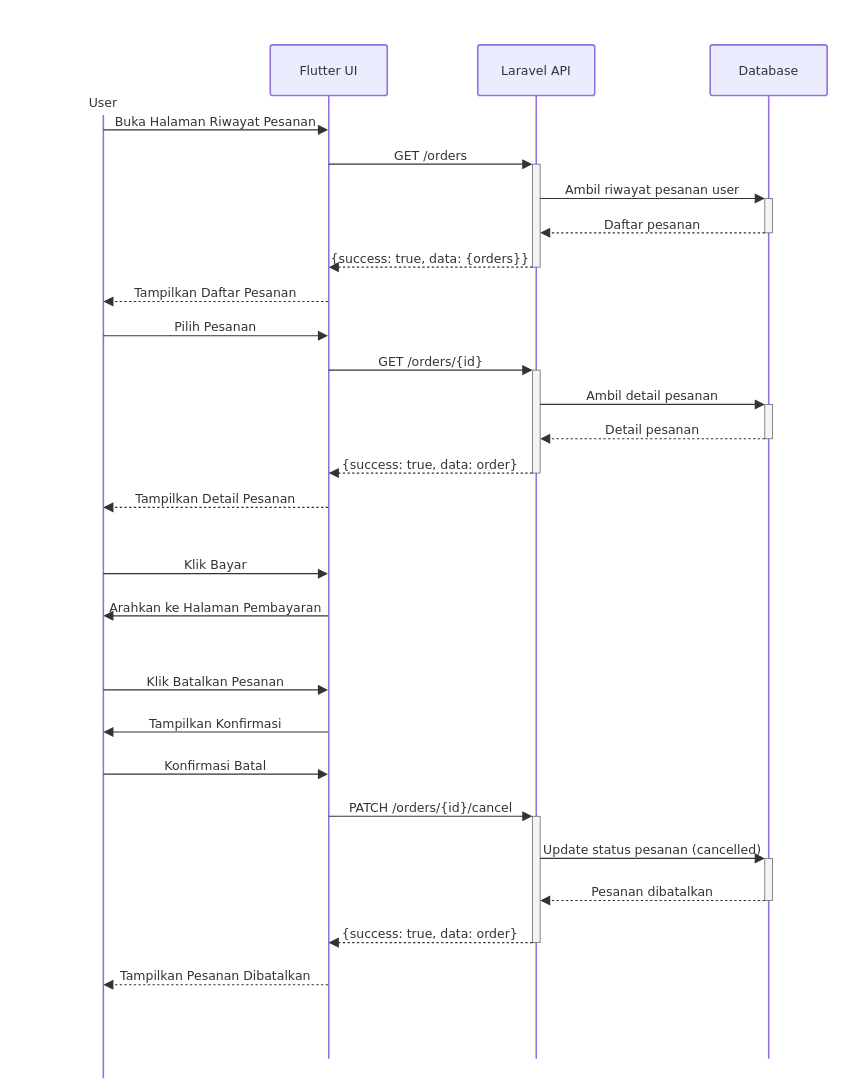
This is page "kelola pesanan" (3 of 18) of assets/uml/sequence warmindo.drawio from RIOKOWI/warmindo_purnama_flutter, a draw.io file, before an edit. Source tidied: cells renumbered, new cells numbered last; positions are measured from the earlier drawing's top-left corner, leaving out a move shared by most shapes. Both pictures are drawn from the tidied source at 78%, with x=0, y=0 at pixel (13, 13).
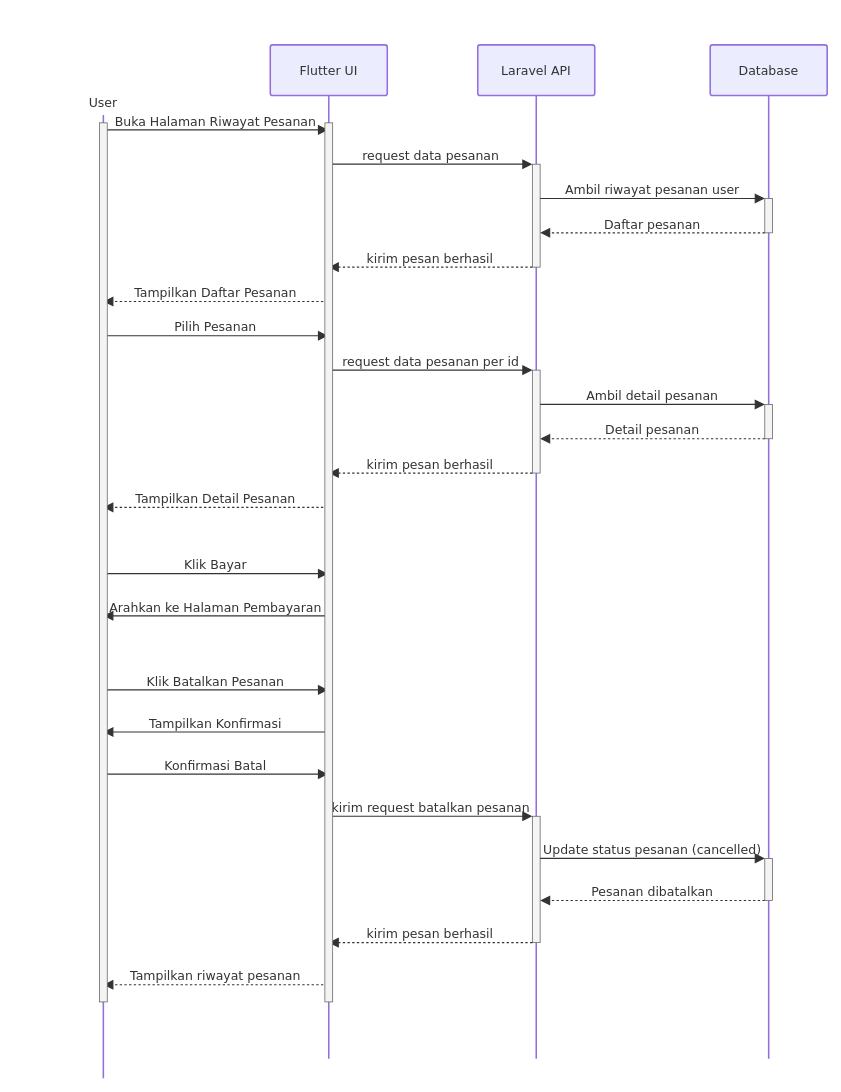
After the change.

Unchanged cells that the change refers to:
```xml
<mxCell id="3" value="User" style="html=1;shape=umlLifeline;perimeter=lifelinePerimeter;whiteSpace=wrap;outlineConnect=0;portConstraint=eastwest;newEdgeStyle={&quot;edgeStyle&quot;:&quot;elbowEdgeStyle&quot;,&quot;elbow&quot;:&quot;vertical&quot;,&quot;curved&quot;:0,&quot;rounded&quot;:0};lifelineDashed=0;strokeWidth=2;rounded=1;absoluteArcSize=1;arcSize=6;lifelineColor=light-dark(#9370DB,#cccccc);participant=seqActorStick;verticalAlign=bottom;align=center;spacingBottom=4;size=90;lifelineMirror=1;fillColor=light-dark(#ECECFF,#1f2020);strokeColor=light-dark(#9370DB,#cccccc);fontColor=light-dark(#333333,#cccccc);fontFamily=Trebuchet MS,Verdana,Arial,sans-serif;fontSize=16;" parent="2" vertex="1">
  <mxGeometry x="40" y="40" width="150" height="1325" as="geometry" />
</mxCell>
<mxCell id="4" value="Flutter UI" style="html=1;shape=umlLifeline;perimeter=lifelinePerimeter;whiteSpace=wrap;outlineConnect=0;portConstraint=eastwest;newEdgeStyle={&quot;edgeStyle&quot;:&quot;elbowEdgeStyle&quot;,&quot;elbow&quot;:&quot;vertical&quot;,&quot;curved&quot;:0,&quot;rounded&quot;:0};lifelineDashed=0;strokeWidth=2;rounded=1;absoluteArcSize=1;arcSize=6;lifelineColor=light-dark(#9370DB,#cccccc);size=65;lifelineMirror=1;fillColor=light-dark(#ECECFF,#1f2020);strokeColor=light-dark(#9370DB,#cccccc);fontColor=light-dark(#333333,#cccccc);fontFamily=Trebuchet MS,Verdana,Arial,sans-serif;fontSize=16;" parent="2" vertex="1">
  <mxGeometry x="329" y="40" width="150" height="1300" as="geometry" />
</mxCell>
<mxCell id="6" style="html=1;points=[];perimeter=orthogonalPerimeter;outlineConnect=0;targetShapes=umlLifeline;portConstraint=eastwest;newEdgeStyle={&quot;edgeStyle&quot;:&quot;elbowEdgeStyle&quot;,&quot;elbow&quot;:&quot;vertical&quot;,&quot;curved&quot;:0,&quot;rounded&quot;:0};fillColor=light-dark(#f4f4f4,#2a2a2a);strokeColor=light-dark(#666666,#cccccc);fontColor=light-dark(#333333,#cccccc);fontFamily=Trebuchet MS,Verdana,Arial,sans-serif;fontSize=16;" parent="5" vertex="1">
  <mxGeometry x="70" y="153" width="10" height="132" as="geometry" />
</mxCell>
<mxCell id="7" style="html=1;points=[];perimeter=orthogonalPerimeter;outlineConnect=0;targetShapes=umlLifeline;portConstraint=eastwest;newEdgeStyle={&quot;edgeStyle&quot;:&quot;elbowEdgeStyle&quot;,&quot;elbow&quot;:&quot;vertical&quot;,&quot;curved&quot;:0,&quot;rounded&quot;:0};fillColor=light-dark(#f4f4f4,#2a2a2a);strokeColor=light-dark(#666666,#cccccc);fontColor=light-dark(#333333,#cccccc);fontFamily=Trebuchet MS,Verdana,Arial,sans-serif;fontSize=16;" parent="5" vertex="1">
  <mxGeometry x="70" y="417" width="10" height="132" as="geometry" />
</mxCell>
<mxCell id="8" style="html=1;points=[];perimeter=orthogonalPerimeter;outlineConnect=0;targetShapes=umlLifeline;portConstraint=eastwest;newEdgeStyle={&quot;edgeStyle&quot;:&quot;elbowEdgeStyle&quot;,&quot;elbow&quot;:&quot;vertical&quot;,&quot;curved&quot;:0,&quot;rounded&quot;:0};fillColor=light-dark(#f4f4f4,#2a2a2a);strokeColor=light-dark(#666666,#cccccc);fontColor=light-dark(#333333,#cccccc);fontFamily=Trebuchet MS,Verdana,Arial,sans-serif;fontSize=16;" parent="5" vertex="1">
  <mxGeometry x="70" y="989" width="10" height="162" as="geometry" />
</mxCell>
```

The edit, as a diff of the source:
```diff
@@
     <mxCell id="2" style="group;transparentBounds=1;editIcon=1;lockedGroup=0;groupPadding=20;" parent="1" vertex="1">
-      <mxGeometry as="geometry" />
+      <mxGeometry width="429" height="1291" as="geometry" />
     </mxCell>
@@
-    <mxCell id="14" value="GET /orders" style="endArrow=block;endSize=9;verticalAlign=bottom;edgeStyle=elbowEdgeStyle;elbow=vertical;curved=0;rounded=0;fontSize=16;labelBackgroundColor=none;strokeWidth=1.5;strokeColor=light-dark(#333333,#cccccc);fontColor=light-dark(#333333,#cccccc);fontFamily=Trebuchet MS,Verdana,Arial,sans-serif;" parent="2" edge="1" source="4" target="6">
+    <mxCell id="14" value="request data pesanan" style="endArrow=block;endSize=9;verticalAlign=bottom;edgeStyle=elbowEdgeStyle;elbow=vertical;curved=0;rounded=0;fontSize=16;labelBackgroundColor=none;strokeWidth=1.5;strokeColor=light-dark(#333333,#cccccc);fontColor=light-dark(#333333,#cccccc);fontFamily=Trebuchet MS,Verdana,Arial,sans-serif;" parent="2" edge="1" source="4" target="6">
       <mxGeometry relative="1" as="geometry">
         <Array as="points">
           <mxPoint x="535" y="193" />
         </Array>
       </mxGeometry>
     </mxCell>
@@
-    <mxCell id="17" value="{success: true, data: {orders}}" style="dashed=1;fixDash=1;dashPattern=3 3;endArrow=block;endSize=9;verticalAlign=bottom;edgeStyle=elbowEdgeStyle;elbow=vertical;curved=0;rounded=0;fontSize=16;labelBackgroundColor=none;strokeWidth=1.5;strokeColor=light-dark(#333333,#cccccc);fontColor=light-dark(#333333,#cccccc);fontFamily=Trebuchet MS,Verdana,Arial,sans-serif;" parent="2" edge="1" source="6" target="4">
+    <mxCell id="17" value="kirim pesan berhasil" style="dashed=1;fixDash=1;dashPattern=3 3;endArrow=block;endSize=9;verticalAlign=bottom;edgeStyle=elbowEdgeStyle;elbow=vertical;curved=0;rounded=0;fontSize=16;labelBackgroundColor=none;strokeWidth=1.5;strokeColor=light-dark(#333333,#cccccc);fontColor=light-dark(#333333,#cccccc);fontFamily=Trebuchet MS,Verdana,Arial,sans-serif;" parent="2" edge="1" source="6" target="4">
       <mxGeometry relative="1" as="geometry">
         <Array as="points">
           <mxPoint x="535" y="325" />
         </Array>
       </mxGeometry>
     </mxCell>
@@
-    <mxCell id="20" value="GET /orders/{id}" style="endArrow=block;endSize=9;verticalAlign=bottom;edgeStyle=elbowEdgeStyle;elbow=vertical;curved=0;rounded=0;fontSize=16;labelBackgroundColor=none;strokeWidth=1.5;strokeColor=light-dark(#333333,#cccccc);fontColor=light-dark(#333333,#cccccc);fontFamily=Trebuchet MS,Verdana,Arial,sans-serif;" parent="2" edge="1" source="4" target="7">
+    <mxCell id="20" value="request data pesanan per id" style="endArrow=block;endSize=9;verticalAlign=bottom;edgeStyle=elbowEdgeStyle;elbow=vertical;curved=0;rounded=0;fontSize=16;labelBackgroundColor=none;strokeWidth=1.5;strokeColor=light-dark(#333333,#cccccc);fontColor=light-dark(#333333,#cccccc);fontFamily=Trebuchet MS,Verdana,Arial,sans-serif;" parent="2" edge="1" source="4" target="7">
       <mxGeometry relative="1" as="geometry">
         <Array as="points">
           <mxPoint x="535" y="457" />
         </Array>
       </mxGeometry>
     </mxCell>
@@
-    <mxCell id="23" value="{success: true, data: order}" style="dashed=1;fixDash=1;dashPattern=3 3;endArrow=block;endSize=9;verticalAlign=bottom;edgeStyle=elbowEdgeStyle;elbow=vertical;curved=0;rounded=0;fontSize=16;labelBackgroundColor=none;strokeWidth=1.5;strokeColor=light-dark(#333333,#cccccc);fontColor=light-dark(#333333,#cccccc);fontFamily=Trebuchet MS,Verdana,Arial,sans-serif;" parent="2" edge="1" source="7" target="4">
+    <mxCell id="23" value="kirim pesan berhasil" style="dashed=1;fixDash=1;dashPattern=3 3;endArrow=block;endSize=9;verticalAlign=bottom;edgeStyle=elbowEdgeStyle;elbow=vertical;curved=0;rounded=0;fontSize=16;labelBackgroundColor=none;strokeWidth=1.5;strokeColor=light-dark(#333333,#cccccc);fontColor=light-dark(#333333,#cccccc);fontFamily=Trebuchet MS,Verdana,Arial,sans-serif;" parent="2" edge="1" source="7" target="4">
       <mxGeometry relative="1" as="geometry">
         <Array as="points">
           <mxPoint x="535" y="589" />
         </Array>
       </mxGeometry>
     </mxCell>
@@
-    <mxCell id="30" value="PATCH /orders/{id}/cancel" style="endArrow=block;endSize=9;verticalAlign=bottom;edgeStyle=elbowEdgeStyle;elbow=vertical;curved=0;rounded=0;fontSize=16;labelBackgroundColor=none;strokeWidth=1.5;strokeColor=light-dark(#333333,#cccccc);fontColor=light-dark(#333333,#cccccc);fontFamily=Trebuchet MS,Verdana,Arial,sans-serif;" parent="2" edge="1" source="4" target="8">
+    <mxCell id="30" value="kirim request batalkan pesanan" style="endArrow=block;endSize=9;verticalAlign=bottom;edgeStyle=elbowEdgeStyle;elbow=vertical;curved=0;rounded=0;fontSize=16;labelBackgroundColor=none;strokeWidth=1.5;strokeColor=light-dark(#333333,#cccccc);fontColor=light-dark(#333333,#cccccc);fontFamily=Trebuchet MS,Verdana,Arial,sans-serif;" parent="2" edge="1" source="4" target="8">
       <mxGeometry relative="1" as="geometry">
         <Array as="points">
           <mxPoint x="535" y="1029" />
         </Array>
       </mxGeometry>
     </mxCell>
@@
-    <mxCell id="33" value="{success: true, data: order}" style="dashed=1;fixDash=1;dashPattern=3 3;endArrow=block;endSize=9;verticalAlign=bottom;edgeStyle=elbowEdgeStyle;elbow=vertical;curved=0;rounded=0;fontSize=16;labelBackgroundColor=none;strokeWidth=1.5;strokeColor=light-dark(#333333,#cccccc);fontColor=light-dark(#333333,#cccccc);fontFamily=Trebuchet MS,Verdana,Arial,sans-serif;" parent="2" edge="1" source="8" target="4">
+    <mxCell id="33" value="kirim pesan berhasil" style="dashed=1;fixDash=1;dashPattern=3 3;endArrow=block;endSize=9;verticalAlign=bottom;edgeStyle=elbowEdgeStyle;elbow=vertical;curved=0;rounded=0;fontSize=16;labelBackgroundColor=none;strokeWidth=1.5;strokeColor=light-dark(#333333,#cccccc);fontColor=light-dark(#333333,#cccccc);fontFamily=Trebuchet MS,Verdana,Arial,sans-serif;" parent="2" edge="1" source="8" target="4">
       <mxGeometry relative="1" as="geometry">
         <Array as="points">
           <mxPoint x="535" y="1191" />
         </Array>
       </mxGeometry>
     </mxCell>
-    <mxCell id="34" value="Tampilkan Pesanan Dibatalkan" style="dashed=1;fixDash=1;dashPattern=3 3;endArrow=block;endSize=9;verticalAlign=bottom;edgeStyle=elbowEdgeStyle;elbow=vertical;curved=0;rounded=0;fontSize=16;labelBackgroundColor=none;strokeWidth=1.5;strokeColor=light-dark(#333333,#cccccc);fontColor=light-dark(#333333,#cccccc);fontFamily=Trebuchet MS,Verdana,Arial,sans-serif;" parent="2" edge="1" source="4" target="3">
+    <mxCell id="34" value="Tampilkan riwayat pesanan" style="dashed=1;fixDash=1;dashPattern=3 3;endArrow=block;endSize=9;verticalAlign=bottom;edgeStyle=elbowEdgeStyle;elbow=horizontal;curved=0;rounded=0;fontSize=16;labelBackgroundColor=none;strokeWidth=1.5;strokeColor=light-dark(#333333,#cccccc);fontColor=light-dark(#333333,#cccccc);fontFamily=Trebuchet MS,Verdana,Arial,sans-serif;" parent="2" edge="1" source="4" target="3">
       <mxGeometry relative="1" as="geometry">
         <Array as="points">
           <mxPoint x="260" y="1245" />
         </Array>
       </mxGeometry>
     </mxCell>
+    <mxCell id="35" style="html=1;perimeter=orthogonalPerimeter;targetShapes=umlLifeline;newEdgeStyle={&quot;edgeStyle&quot;:&quot;elbowEdgeStyle&quot;,&quot;elbow&quot;:&quot;vertical&quot;,&quot;curved&quot;:0,&quot;rounded&quot;:0};fillColor=light-dark(#f4f4f4,#2a2a2a);strokeColor=light-dark(#666666,#cccccc);fontColor=light-dark(#333333,#cccccc);fontFamily=Trebuchet MS,Verdana,Arial,sans-serif;fontSize=16;" parent="2" vertex="1">
+      <mxGeometry x="399" y="140" width="10" height="1127" as="geometry" />
+    </mxCell>
+    <mxCell id="36" style="html=1;perimeter=orthogonalPerimeter;targetShapes=umlLifeline;newEdgeStyle={&quot;edgeStyle&quot;:&quot;elbowEdgeStyle&quot;,&quot;elbow&quot;:&quot;vertical&quot;,&quot;curved&quot;:0,&quot;rounded&quot;:0};fillColor=light-dark(#f4f4f4,#2a2a2a);strokeColor=light-dark(#666666,#cccccc);fontColor=light-dark(#333333,#cccccc);fontFamily=Trebuchet MS,Verdana,Arial,sans-serif;fontSize=16;" parent="2" vertex="1">
+      <mxGeometry x="110" y="140" width="10" height="1127" as="geometry" />
+    </mxCell>
```
